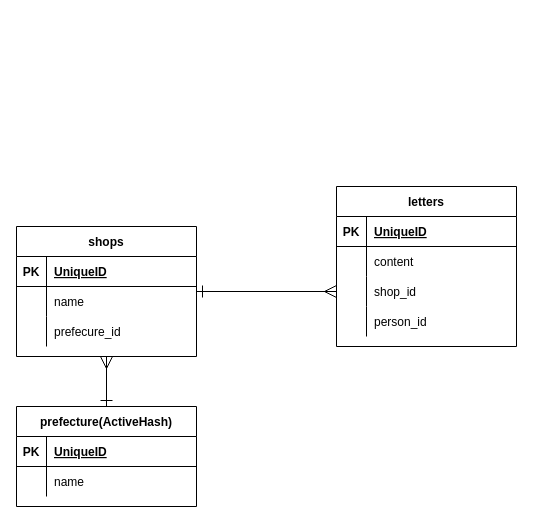
Earlier version of the draw.io diagram er.dio (shota-bot/letters). Source tidied: cells renumbered, new cells numbered last; positions are measured from the earlier drawing's top-left corner, leaving out a move shared by most shapes. Both pictures are drawn from the tidied source at 100%, with x=0, y=0 at pixel (16, 186).
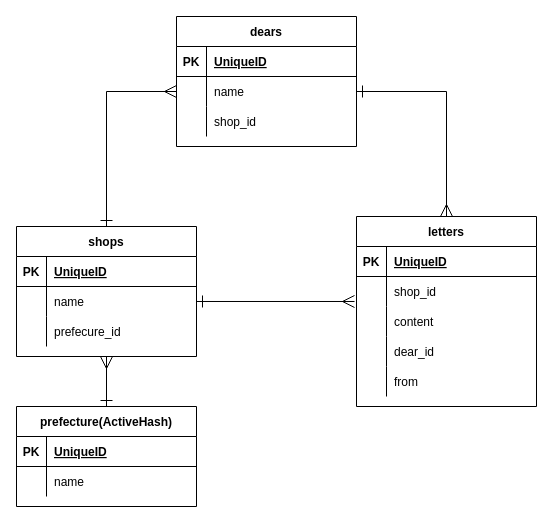
After the change.

The change refers to these unchanged cells:
```xml
<mxCell id="16" value="shops" style="shape=table;startSize=30;childLayout=tableLayout;rowLines=0;fontStyle=1;align=center;" parent="1" vertex="1">
  <mxGeometry y="40" width="180" height="130" as="geometry" />
</mxCell>
<mxCell id="20" style="shape=partialRectangle;fillColor=none;top=0;left=0;bottom=0;right=0;points=[[0,0.5],[1,0.5]];portConstraint=eastwest;" parent="16" vertex="1">
  <mxGeometry y="60" width="180" height="30" as="geometry" />
</mxCell>
```

What changed in the source:
```diff
@@
-    <mxCell id="2" value="letters" style="shape=table;startSize=30;childLayout=tableLayout;rowLines=0;fontStyle=1;align=center;" parent="1" vertex="1">
-      <mxGeometry x="320" width="180" height="160" as="geometry" />
-    </mxCell>
-    <mxCell id="3" style="shape=partialRectangle;fillColor=none;top=0;left=0;bottom=1;right=0;" parent="2" vertex="1">
-      <mxGeometry y="30" width="180" height="30" as="geometry" />
-    </mxCell>
-    <mxCell id="4" value="PK" style="shape=partialRectangle;fillColor=none;top=0;left=0;bottom=0;right=0;fontStyle=1;overflow=hidden;" parent="3" vertex="1">
-      <mxGeometry width="30" height="30" as="geometry" />
-    </mxCell>
-    <mxCell id="5" value="UniqueID" style="shape=partialRectangle;fillColor=none;top=0;left=0;bottom=0;right=0;align=left;spacingLeft=6;fontStyle=5;overflow=hidden;" parent="3" vertex="1">
-      <mxGeometry x="30" width="150" height="30" as="geometry" />
-    </mxCell>
-    <mxCell id="6" style="shape=partialRectangle;fillColor=none;top=0;left=0;bottom=0;right=0;" parent="2" vertex="1">
-      <mxGeometry y="60" width="180" height="30" as="geometry" />
-    </mxCell>
-    <mxCell id="7" style="shape=partialRectangle;fillColor=none;top=0;left=0;bottom=0;right=0;overflow=hidden;" parent="6" vertex="1">
-      <mxGeometry width="30" height="30" as="geometry" />
-    </mxCell>
-    <mxCell id="8" value="content" style="shape=partialRectangle;fillColor=none;top=0;left=0;bottom=0;right=0;align=left;spacingLeft=6;overflow=hidden;" parent="6" vertex="1">
-      <mxGeometry x="30" width="150" height="30" as="geometry" />
-    </mxCell>
-    <mxCell id="9" style="shape=partialRectangle;fillColor=none;top=0;left=0;bottom=0;right=0;points=[[0,0.5],[1,0.5]];portConstraint=eastwest;" parent="2" vertex="1">
-      <mxGeometry y="90" width="180" height="30" as="geometry" />
-    </mxCell>
-    <mxCell id="10" style="shape=partialRectangle;fillColor=none;top=0;left=0;bottom=0;right=0;overflow=hidden;" parent="9" vertex="1">
-      <mxGeometry width="30" height="30" as="geometry" />
-    </mxCell>
-    <mxCell id="11" value="shop_id" style="shape=partialRectangle;fillColor=none;top=0;left=0;bottom=0;right=0;align=left;spacingLeft=6;overflow=hidden;" parent="9" vertex="1">
-      <mxGeometry x="30" width="150" height="30" as="geometry" />
-    </mxCell>
-    <mxCell id="12" style="shape=partialRectangle;fillColor=none;top=0;left=0;bottom=0;right=0;" parent="2" vertex="1">
-      <mxGeometry y="120" width="180" height="30" as="geometry" />
-    </mxCell>
-    <mxCell id="13" style="shape=partialRectangle;fillColor=none;top=0;left=0;bottom=0;right=0;overflow=hidden;" parent="12" vertex="1">
-      <mxGeometry width="30" height="30" as="geometry" />
-    </mxCell>
-    <mxCell id="14" value="person_id" style="shape=partialRectangle;fillColor=none;top=0;left=0;bottom=0;right=0;align=left;spacingLeft=6;overflow=hidden;" parent="12" vertex="1">
-      <mxGeometry x="30" width="150" height="30" as="geometry" />
-    </mxCell>
-    <mxCell id="15" style="edgeStyle=orthogonalEdgeStyle;rounded=0;jettySize=auto;html=1;startArrow=ERone;startFill=0;startSize=10;endArrow=ERmany;endFill=0;endSize=10;" parent="1" edge="1" source="16" target="9">
-      <mxGeometry relative="1" as="geometry" />
-    </mxCell>
+    <mxCell id="34" style="edgeStyle=orthogonalEdgeStyle;rounded=0;jettySize=auto;html=1;entryX=0;entryY=0.5;entryDx=0;entryDy=0;startArrow=ERone;startFill=0;startSize=10;endArrow=ERmany;endFill=0;endSize=10;" parent="1" edge="1" source="16" target="53">
+      <mxGeometry relative="1" as="geometry" />
+    </mxCell>
@@
+    <mxCell id="15" value="letters" style="shape=table;startSize=30;childLayout=tableLayout;rowLines=0;fontStyle=1;align=center;" parent="1" vertex="1">
+      <mxGeometry x="340" y="30" width="180" height="190" as="geometry" />
+    </mxCell>
+    <mxCell id="35" style="shape=partialRectangle;fillColor=none;top=0;left=0;bottom=1;right=0;" parent="15" vertex="1">
+      <mxGeometry y="30" width="180" height="30" as="geometry" />
+    </mxCell>
+    <mxCell id="36" value="PK" style="shape=partialRectangle;fillColor=none;top=0;left=0;bottom=0;right=0;fontStyle=1;overflow=hidden;" parent="35" vertex="1">
+      <mxGeometry width="30" height="30" as="geometry" />
+    </mxCell>
+    <mxCell id="37" value="UniqueID" style="shape=partialRectangle;fillColor=none;top=0;left=0;bottom=0;right=0;align=left;spacingLeft=6;fontStyle=5;overflow=hidden;" parent="35" vertex="1">
+      <mxGeometry x="30" width="150" height="30" as="geometry" />
+    </mxCell>
+    <mxCell id="38" style="shape=partialRectangle;fillColor=none;top=0;left=0;bottom=0;right=0;" parent="15" vertex="1">
+      <mxGeometry y="60" width="180" height="30" as="geometry" />
+    </mxCell>
+    <mxCell id="39" style="shape=partialRectangle;fillColor=none;top=0;left=0;bottom=0;right=0;overflow=hidden;" parent="38" vertex="1">
+      <mxGeometry width="30" height="30" as="geometry" />
+    </mxCell>
+    <mxCell id="40" value="shop_id" style="shape=partialRectangle;fillColor=none;top=0;left=0;bottom=0;right=0;align=left;spacingLeft=6;overflow=hidden;" parent="38" vertex="1">
+      <mxGeometry x="30" width="150" height="30" as="geometry" />
+    </mxCell>
+    <mxCell id="41" style="shape=partialRectangle;fillColor=none;top=0;left=0;bottom=0;right=0;points=[[0,0.5],[1,0.5]];portConstraint=eastwest;" parent="15" vertex="1">
+      <mxGeometry y="90" width="180" height="30" as="geometry" />
+    </mxCell>
+    <mxCell id="42" style="shape=partialRectangle;fillColor=none;top=0;left=0;bottom=0;right=0;overflow=hidden;" parent="41" vertex="1">
+      <mxGeometry width="30" height="30" as="geometry" />
+    </mxCell>
+    <mxCell id="8" value="content" style="shape=partialRectangle;fillColor=none;top=0;left=0;bottom=0;right=0;align=left;spacingLeft=6;overflow=hidden;" parent="41" vertex="1">
+      <mxGeometry x="30" width="150" height="30" as="geometry" />
+    </mxCell>
+    <mxCell id="12" style="shape=partialRectangle;fillColor=none;top=0;left=0;bottom=0;right=0;" parent="15" vertex="1">
+      <mxGeometry y="120" width="180" height="30" as="geometry" />
+    </mxCell>
+    <mxCell id="43" style="shape=partialRectangle;fillColor=none;top=0;left=0;bottom=0;right=0;overflow=hidden;" parent="12" vertex="1">
+      <mxGeometry width="30" height="30" as="geometry" />
+    </mxCell>
+    <mxCell id="44" value="dear_id" style="shape=partialRectangle;fillColor=none;top=0;left=0;bottom=0;right=0;align=left;spacingLeft=6;overflow=hidden;" parent="12" vertex="1">
+      <mxGeometry x="30" width="150" height="30" as="geometry" />
+    </mxCell>
+    <mxCell id="45" style="shape=partialRectangle;fillColor=none;top=0;left=0;bottom=0;right=0;" parent="15" vertex="1">
+      <mxGeometry y="150" width="180" height="30" as="geometry" />
+    </mxCell>
+    <mxCell id="46" style="shape=partialRectangle;fillColor=none;top=0;left=0;bottom=0;right=0;overflow=hidden;" parent="45" vertex="1">
+      <mxGeometry width="30" height="30" as="geometry" />
+    </mxCell>
+    <mxCell id="47" value="from" style="shape=partialRectangle;fillColor=none;top=0;left=0;bottom=0;right=0;align=left;spacingLeft=6;overflow=hidden;" parent="45" vertex="1">
+      <mxGeometry x="30" width="150" height="30" as="geometry" />
+    </mxCell>
+    <mxCell id="48" style="edgeStyle=orthogonalEdgeStyle;rounded=0;jettySize=auto;html=1;entryX=-0.011;entryY=-0.167;entryDx=0;entryDy=0;entryPerimeter=0;endArrow=ERmany;endFill=0;startSize=10;endSize=10;startArrow=ERone;startFill=0;" parent="1" edge="1" source="20" target="41">
+      <mxGeometry relative="1" as="geometry" />
+    </mxCell>
+    <mxCell id="49" value="dears" style="shape=table;startSize=30;childLayout=tableLayout;rowLines=0;fontStyle=1;align=center;" parent="1" vertex="1">
+      <mxGeometry x="160" y="-170" width="180" height="130" as="geometry" />
+    </mxCell>
+    <mxCell id="50" style="shape=partialRectangle;fillColor=none;top=0;left=0;bottom=1;right=0;" parent="49" vertex="1">
+      <mxGeometry y="30" width="180" height="30" as="geometry" />
+    </mxCell>
+    <mxCell id="51" value="PK" style="shape=partialRectangle;fillColor=none;top=0;left=0;bottom=0;right=0;fontStyle=1;overflow=hidden;" parent="50" vertex="1">
+      <mxGeometry width="30" height="30" as="geometry" />
+    </mxCell>
+    <mxCell id="52" value="UniqueID" style="shape=partialRectangle;fillColor=none;top=0;left=0;bottom=0;right=0;align=left;spacingLeft=6;fontStyle=5;overflow=hidden;" parent="50" vertex="1">
+      <mxGeometry x="30" width="150" height="30" as="geometry" />
+    </mxCell>
+    <mxCell id="53" style="shape=partialRectangle;fillColor=none;top=0;left=0;bottom=0;right=0;points=[[0,0.5],[1,0.5]];portConstraint=eastwest;" parent="49" vertex="1">
+      <mxGeometry y="60" width="180" height="30" as="geometry" />
+    </mxCell>
+    <mxCell id="54" style="shape=partialRectangle;fillColor=none;top=0;left=0;bottom=0;right=0;overflow=hidden;" parent="53" vertex="1">
+      <mxGeometry width="30" height="30" as="geometry" />
+    </mxCell>
+    <mxCell id="55" value="name" style="shape=partialRectangle;fillColor=none;top=0;left=0;bottom=0;right=0;align=left;spacingLeft=6;overflow=hidden;" parent="53" vertex="1">
+      <mxGeometry x="30" width="150" height="30" as="geometry" />
+    </mxCell>
+    <mxCell id="56" style="shape=partialRectangle;fillColor=none;top=0;left=0;bottom=0;right=0;" parent="49" vertex="1">
+      <mxGeometry y="90" width="180" height="30" as="geometry" />
+    </mxCell>
+    <mxCell id="57" style="shape=partialRectangle;fillColor=none;top=0;left=0;bottom=0;right=0;overflow=hidden;" parent="56" vertex="1">
+      <mxGeometry width="30" height="30" as="geometry" />
+    </mxCell>
+    <mxCell id="58" value="shop_id" style="shape=partialRectangle;fillColor=none;top=0;left=0;bottom=0;right=0;align=left;spacingLeft=6;overflow=hidden;" parent="56" vertex="1">
+      <mxGeometry x="30" width="150" height="30" as="geometry" />
+    </mxCell>
+    <mxCell id="59" style="edgeStyle=orthogonalEdgeStyle;rounded=0;jettySize=auto;html=1;entryX=0.5;entryY=0;entryDx=0;entryDy=0;startArrow=ERone;startFill=0;startSize=10;endArrow=ERmany;endFill=0;endSize=10;" parent="1" edge="1" source="53" target="15">
+      <mxGeometry relative="1" as="geometry" />
+    </mxCell>
```
